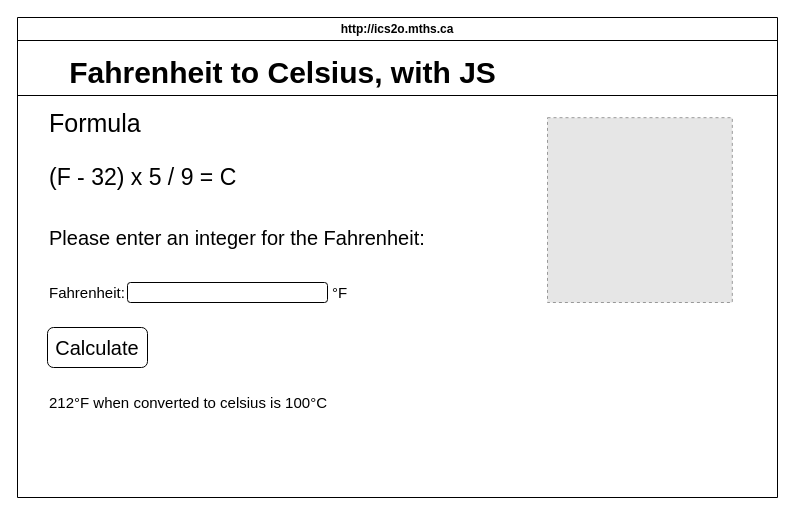
This is design/storyboard.drawio from MTHS-ICD2O-1-2024/ICD2O-Unit-3-04-bain-liao-1, a draw.io file, before an edit. Source tidied: cells renumbered, new cells numbered last; positions are measured from the earlier drawing's top-left corner, leaving out a move shared by most shapes. Both pictures are drawn from the tidied source at 100%, with x=0, y=0 at pixel (17, 17). Pictures stored in the file or linked from it are replaced by grey dashed boxes.
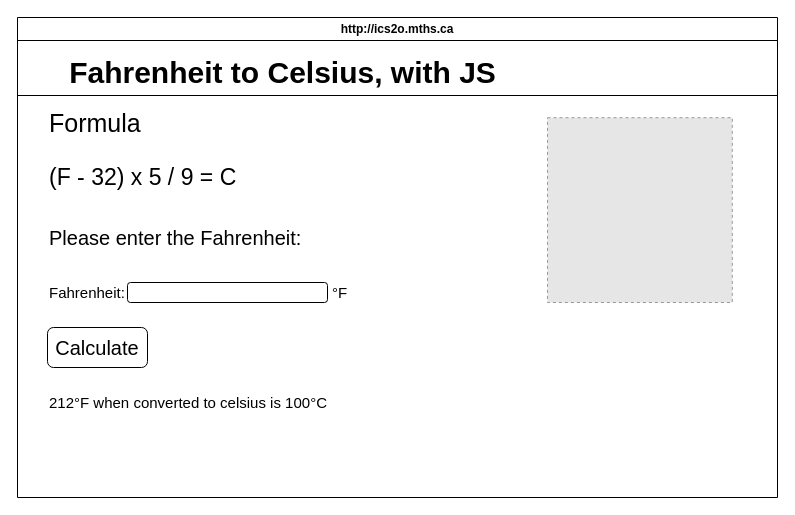
After the change.

What changed in the source:
```diff
@@
 <mxGraphModel>
   <root>
     <mxCell id="0" />
     <mxCell id="1" parent="0" />
     <mxCell id="2" value="http://ics2o.mths.ca" style="swimlane;whiteSpace=wrap;html=1;" parent="1" vertex="1">
       <mxGeometry width="760" height="480" as="geometry" />
     </mxCell>
     <mxCell id="3" value="Calculate" style="rounded=1;whiteSpace=wrap;html=1;fontSize=20;" parent="2" vertex="1">
       <mxGeometry x="30" y="310" width="100" height="40" as="geometry" />
     </mxCell>
     <mxCell id="4" value="&lt;font style=&quot;color: light-dark(rgb(0, 0, 0), rgb(255, 255, 255));&quot;&gt;212°F when converted to celsius is 100°C&lt;/font&gt;" style="text;html=1;align=left;verticalAlign=middle;strokeColor=none;fillColor=none;fontSize=15;fontColor=light-dark(#000000,#FFFFFF);" parent="2" vertex="1">
       <mxGeometry x="30" y="370" width="300" height="30" as="geometry" />
     </mxCell>
     <mxCell id="5" style="rounded=1;whiteSpace=wrap;html=1;" parent="2" vertex="1">
       <mxGeometry x="110" y="265" width="200" height="20" as="geometry" />
     </mxCell>
     <mxCell id="6" value="°F" style="text;html=1;align=left;verticalAlign=middle;strokeColor=none;fillColor=none;fontSize=15;fontColor=light-dark(#000000,#FFFFFF);" parent="2" vertex="1">
       <mxGeometry x="313" y="260" width="40" height="30" as="geometry" />
     </mxCell>
     <mxCell id="7" style="fillColor=#E6E6E6;strokeColor=#999999;dashed=1;verticalLabelPosition=bottom;labelBackgroundColor=default;verticalAlign=top;" parent="2" vertex="1">
       <mxGeometry x="530" y="100.2" width="184.8" height="184.8" as="geometry" />
     </mxCell>
     <mxCell id="8" value="Fahrenheit:" style="text;html=1;align=left;verticalAlign=middle;strokeColor=none;fillColor=none;fontSize=15;fontColor=light-dark(#000000,#FFFFFF);" parent="1" vertex="1">
       <mxGeometry x="30" y="260" width="100" height="30" as="geometry" />
     </mxCell>
-    <mxCell id="9" value="Please enter an integer for the Fahrenheit:" style="text;html=1;align=left;verticalAlign=middle;strokeColor=none;fillColor=none;fontSize=20;fontColor=light-dark(#000000,#FFFFFF);" parent="1" vertex="1">
-      <mxGeometry x="30" y="200" width="400" height="40" as="geometry" />
+    <mxCell id="9" value="Please enter the Fahrenheit:" style="text;html=1;align=left;verticalAlign=middle;strokeColor=none;fillColor=none;fontSize=20;fontColor=light-dark(#000000,#FFFFFF);" parent="1" vertex="1">
+      <mxGeometry x="30" y="200" width="280" height="40" as="geometry" />
     </mxCell>
     <mxCell id="10" value="Formula" style="text;html=1;align=left;verticalAlign=middle;strokeColor=none;fillColor=none;fontSize=25;fontColor=light-dark(#000000,#FFFFFF);" parent="1" vertex="1">
       <mxGeometry x="30" y="85.2" width="120" height="40" as="geometry" />
     </mxCell>
     <mxCell id="11" value="(F - 32) x 5 / 9 = C" style="text;html=1;align=left;verticalAlign=middle;strokeColor=none;fillColor=none;fontSize=23;fontColor=light-dark(#000000,#FFFFFF);" parent="1" vertex="1">
       <mxGeometry x="30" y="140" width="210" height="40" as="geometry" />
     </mxCell>
     <mxCell id="12" style="whiteSpace=wrap;html=1;" parent="1" vertex="1">
       <mxGeometry y="23" width="760" height="55" as="geometry" />
     </mxCell>
     <mxCell id="13" value="Fahrenheit to Celsius, with JS" style="text;html=1;align=center;verticalAlign=middle;strokeColor=none;fillColor=none;fontSize=30;fontStyle=1;" parent="1" vertex="1">
       <mxGeometry x="55" y="30" width="420" height="50" as="geometry" />
     </mxCell>
   </root>
 </mxGraphModel>
```
